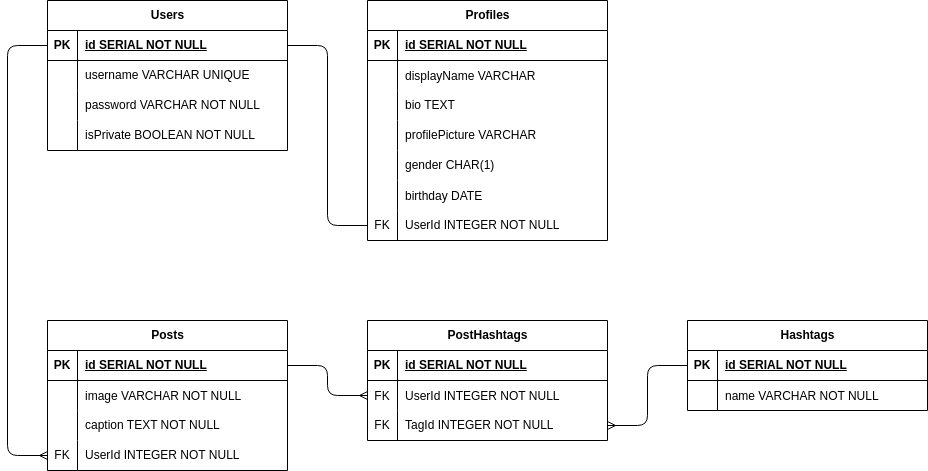
The draw.io diagram erd.drawio.png in arnold-utama/pair-project-p1, before a commit. Source tidied: cells renumbered, new cells last; positions are measured from the earlier drawing's top-left corner, leaving out a move shared by most shapes.
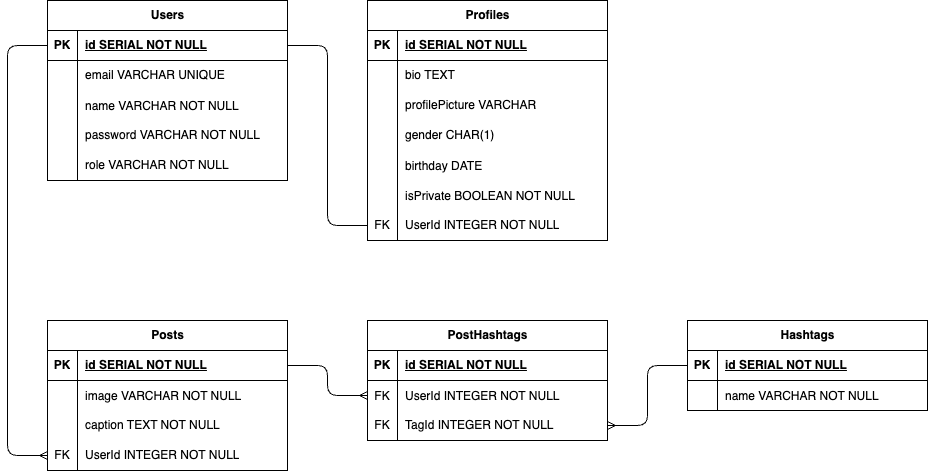
Later version of the same file.

Change to the diagram source:
```diff
@@ -3,7 +3,7 @@
     <mxCell id="0" />
     <mxCell id="1" parent="0" />
     <mxCell id="2" value="Users" style="shape=table;startSize=30;rowLines=0;fontStyle=1;align=center;html=1;" parent="1" vertex="1">
-      <mxGeometry x="40" width="240" height="150" as="geometry" />
+      <mxGeometry x="40" width="240" height="180" as="geometry" />
     </mxCell>
     <mxCell id="3" style="shape=tableRow;horizontal=0;startSize=0;swimlaneHead=0;swimlaneBody=0;fillColor=none;points=[[0,0.5],[1,0.5]];portConstraint=eastwest;top=0;left=0;right=0;bottom=1;" parent="2" vertex="1">
       <mxGeometry y="30" width="240" height="30" as="geometry" />
@@ -20,11 +20,20 @@
     <mxCell id="7" style="shape=partialRectangle;fillColor=none;top=0;left=0;bottom=0;right=0;overflow=hidden;whiteSpace=wrap;html=1;" parent="6" vertex="1">
       <mxGeometry width="30" height="30" as="geometry" />
     </mxCell>
-    <mxCell id="8" value="username VARCHAR UNIQUE" style="shape=partialRectangle;fillColor=none;top=0;left=0;bottom=0;right=0;align=left;spacingLeft=6;overflow=hidden;whiteSpace=wrap;html=1;" parent="6" vertex="1">
+    <mxCell id="8" value="email VARCHAR UNIQUE" style="shape=partialRectangle;fillColor=none;top=0;left=0;bottom=0;right=0;align=left;spacingLeft=6;overflow=hidden;whiteSpace=wrap;html=1;" parent="6" vertex="1">
       <mxGeometry x="30" width="210" height="30" as="geometry" />
     </mxCell>
+    <mxCell id="71" style="shape=tableRow;horizontal=0;startSize=0;swimlaneHead=0;swimlaneBody=0;fillColor=none;top=0;left=0;right=0;bottom=0;" parent="2" vertex="1">
+      <mxGeometry y="90" width="240" height="30" as="geometry" />
+    </mxCell>
+    <mxCell id="72" style="shape=partialRectangle;fillColor=none;top=0;left=0;bottom=0;right=0;overflow=hidden;" parent="71" vertex="1">
+      <mxGeometry width="30" height="30" as="geometry" />
+    </mxCell>
+    <mxCell id="73" value="name VARCHAR NOT NULL" style="shape=partialRectangle;fillColor=none;top=0;left=0;bottom=0;right=0;align=left;spacingLeft=6;overflow=hidden;" parent="71" vertex="1">
+      <mxGeometry x="30" width="210" height="30" as="geometry" />
+    </mxCell>
     <mxCell id="9" style="shape=tableRow;horizontal=0;startSize=0;swimlaneHead=0;swimlaneBody=0;fillColor=none;top=0;left=0;right=0;bottom=0;" parent="2" vertex="1">
-      <mxGeometry y="90" width="240" height="30" as="geometry" />
+      <mxGeometry y="120" width="240" height="30" as="geometry" />
     </mxCell>
     <mxCell id="10" style="shape=partialRectangle;fillColor=none;top=0;left=0;bottom=0;right=0;overflow=hidden;whiteSpace=wrap;html=1;" parent="9" vertex="1">
       <mxGeometry width="30" height="30" as="geometry" />
@@ -33,12 +42,12 @@
       <mxGeometry x="30" width="210" height="30" as="geometry" />
     </mxCell>
     <mxCell id="12" style="shape=tableRow;horizontal=0;startSize=0;swimlaneHead=0;swimlaneBody=0;fillColor=none;top=0;left=0;right=0;bottom=0;" parent="2" vertex="1">
-      <mxGeometry y="120" width="240" height="30" as="geometry" />
+      <mxGeometry y="150" width="240" height="30" as="geometry" />
     </mxCell>
     <mxCell id="13" style="shape=partialRectangle;fillColor=none;top=0;left=0;bottom=0;right=0;overflow=hidden;whiteSpace=wrap;html=1;" parent="12" vertex="1">
       <mxGeometry width="30" height="30" as="geometry" />
     </mxCell>
-    <mxCell id="14" value="isPrivate BOOLEAN NOT NULL" style="shape=partialRectangle;fillColor=none;top=0;left=0;bottom=0;right=0;align=left;spacingLeft=6;overflow=hidden;whiteSpace=wrap;html=1;" parent="12" vertex="1">
+    <mxCell id="14" value="role VARCHAR NOT NULL" style="shape=partialRectangle;fillColor=none;top=0;left=0;bottom=0;right=0;align=left;spacingLeft=6;overflow=hidden;whiteSpace=wrap;html=1;" parent="12" vertex="1">
       <mxGeometry x="30" width="210" height="30" as="geometry" />
     </mxCell>
     <mxCell id="15" value="Profiles" style="shape=table;startSize=30;rowLines=0;fontStyle=1;align=center;html=1;" parent="1" vertex="1">
@@ -53,17 +62,8 @@
     <mxCell id="18" value="id SERIAL NOT NULL" style="shape=partialRectangle;fillColor=none;top=0;left=0;bottom=0;right=0;align=left;spacingLeft=6;fontStyle=5;overflow=hidden;whiteSpace=wrap;html=1;" parent="16" vertex="1">
       <mxGeometry x="30" width="210" height="30" as="geometry" />
     </mxCell>
-    <mxCell id="19" style="shape=tableRow;horizontal=0;startSize=0;swimlaneHead=0;swimlaneBody=0;fillColor=none;top=0;left=0;right=0;bottom=0;" parent="15" vertex="1">
-      <mxGeometry y="60" width="240" height="30" as="geometry" />
-    </mxCell>
-    <mxCell id="20" style="shape=partialRectangle;fillColor=none;top=0;left=0;bottom=0;right=0;overflow=hidden;" parent="19" vertex="1">
-      <mxGeometry width="30" height="30" as="geometry" />
-    </mxCell>
-    <mxCell id="21" value="displayName VARCHAR" style="shape=partialRectangle;fillColor=none;top=0;left=0;bottom=0;right=0;align=left;spacingLeft=6;overflow=hidden;" parent="19" vertex="1">
-      <mxGeometry x="30" width="210" height="30" as="geometry" />
-    </mxCell>
     <mxCell id="22" style="shape=tableRow;horizontal=0;startSize=0;swimlaneHead=0;swimlaneBody=0;fillColor=none;top=0;left=0;right=0;bottom=0;" parent="15" vertex="1">
-      <mxGeometry y="90" width="240" height="30" as="geometry" />
+      <mxGeometry y="60" width="240" height="30" as="geometry" />
     </mxCell>
     <mxCell id="23" style="shape=partialRectangle;fillColor=none;top=0;left=0;bottom=0;right=0;overflow=hidden;whiteSpace=wrap;html=1;" parent="22" vertex="1">
       <mxGeometry width="30" height="30" as="geometry" />
@@ -72,7 +72,7 @@
       <mxGeometry x="30" width="210" height="30" as="geometry" />
     </mxCell>
     <mxCell id="25" style="shape=tableRow;horizontal=0;startSize=0;swimlaneHead=0;swimlaneBody=0;fillColor=none;top=0;left=0;right=0;bottom=0;" parent="15" vertex="1">
-      <mxGeometry y="120" width="240" height="30" as="geometry" />
+      <mxGeometry y="90" width="240" height="30" as="geometry" />
     </mxCell>
     <mxCell id="26" style="shape=partialRectangle;fillColor=none;top=0;left=0;bottom=0;right=0;overflow=hidden;whiteSpace=wrap;html=1;" parent="25" vertex="1">
       <mxGeometry width="30" height="30" as="geometry" />
@@ -81,7 +81,7 @@
       <mxGeometry x="30" width="210" height="30" as="geometry" />
     </mxCell>
     <mxCell id="28" style="shape=tableRow;horizontal=0;startSize=0;swimlaneHead=0;swimlaneBody=0;fillColor=none;top=0;left=0;right=0;bottom=0;" parent="15" vertex="1">
-      <mxGeometry y="150" width="240" height="30" as="geometry" />
+      <mxGeometry y="120" width="240" height="30" as="geometry" />
     </mxCell>
     <mxCell id="29" style="shape=partialRectangle;fillColor=none;top=0;left=0;bottom=0;right=0;overflow=hidden;whiteSpace=wrap;html=1;" parent="28" vertex="1">
       <mxGeometry width="30" height="30" as="geometry" />
@@ -90,7 +90,7 @@
       <mxGeometry x="30" width="210" height="30" as="geometry" />
     </mxCell>
     <mxCell id="31" style="shape=tableRow;horizontal=0;startSize=0;swimlaneHead=0;swimlaneBody=0;fillColor=none;top=0;left=0;right=0;bottom=0;" parent="15" vertex="1">
-      <mxGeometry y="180" width="240" height="30" as="geometry" />
+      <mxGeometry y="150" width="240" height="30" as="geometry" />
     </mxCell>
     <mxCell id="32" style="shape=partialRectangle;fillColor=none;top=0;left=0;bottom=0;right=0;overflow=hidden;" parent="31" vertex="1">
       <mxGeometry width="30" height="30" as="geometry" />
@@ -98,6 +98,15 @@
     <mxCell id="33" value="birthday DATE" style="shape=partialRectangle;fillColor=none;top=0;left=0;bottom=0;right=0;align=left;spacingLeft=6;overflow=hidden;" parent="31" vertex="1">
       <mxGeometry x="30" width="210" height="30" as="geometry" />
     </mxCell>
+    <mxCell id="74" style="shape=tableRow;horizontal=0;startSize=0;swimlaneHead=0;swimlaneBody=0;fillColor=none;top=0;left=0;right=0;bottom=0;" parent="15" vertex="1">
+      <mxGeometry y="180" width="240" height="30" as="geometry" />
+    </mxCell>
+    <mxCell id="75" style="shape=partialRectangle;fillColor=none;top=0;left=0;bottom=0;right=0;overflow=hidden;" parent="74" vertex="1">
+      <mxGeometry width="30" height="30" as="geometry" />
+    </mxCell>
+    <mxCell id="76" value="isPrivate BOOLEAN NOT NULL" style="shape=partialRectangle;fillColor=none;top=0;left=0;bottom=0;right=0;align=left;spacingLeft=6;overflow=hidden;" parent="74" vertex="1">
+      <mxGeometry x="30" width="210" height="30" as="geometry" />
+    </mxCell>
     <mxCell id="34" style="shape=tableRow;horizontal=0;startSize=0;swimlaneHead=0;swimlaneBody=0;fillColor=none;points=[[0,0.5],[1,0.5]];portConstraint=eastwest;top=0;left=0;right=0;bottom=0;" parent="15" vertex="1">
       <mxGeometry y="210" width="240" height="30" as="geometry" />
     </mxCell>
@@ -214,5 +223,17 @@
         </Array>
       </mxGeometry>
     </mxCell>
+    <mxCell id="77" style="shape=table;startSize=0;rowLines=0;fontStyle=0;align=center;strokeColor=none;fillColor=none;whiteSpace=wrap;html=1;" parent="1" vertex="1">
+      <mxGeometry x="360" y="410" width="180" height="30" as="geometry" />
+    </mxCell>
+    <mxCell id="78" style="shape=tableRow;horizontal=0;startSize=0;swimlaneHead=0;swimlaneBody=0;fillColor=none;top=0;left=0;right=0;bottom=0;" parent="77" vertex="1">
+      <mxGeometry width="180" height="30" as="geometry" />
+    </mxCell>
+    <mxCell id="79" style="shape=partialRectangle;fillColor=none;top=0;left=0;bottom=0;right=0;overflow=hidden;" parent="78" vertex="1">
+      <mxGeometry width="30" height="30" as="geometry" />
+    </mxCell>
+    <mxCell id="80" style="shape=partialRectangle;fillColor=none;top=0;left=0;bottom=0;right=0;align=left;spacingLeft=6;overflow=hidden;" parent="78" vertex="1">
+      <mxGeometry x="30" width="150" height="30" as="geometry" />
+    </mxCell>
   </root>
 </mxGraphModel>
```
